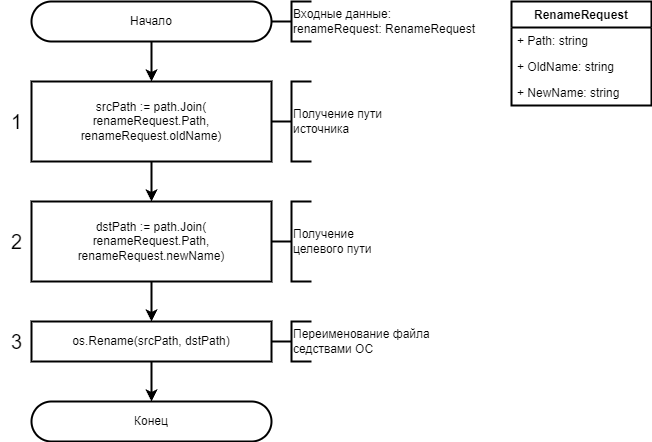
This is images/algorithm/storage/algorithm-storage-rename-handler.drawio.png from necroin/vss-docs, a draw.io export, as it was before one commit. Source tidied: cells renumbered, new cells last; positions are measured from the earlier drawing's top-left corner, leaving out a move shared by most shapes.
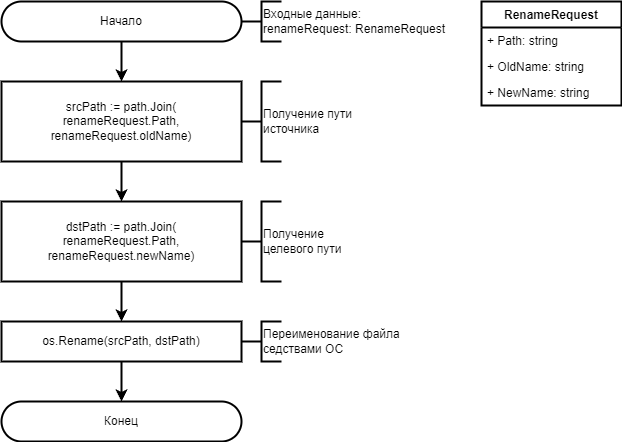
Later version of the same file.

Change to the diagram source:
```diff
@@ -47,15 +47,6 @@
     <mxCell id="16" style="endArrow=classic;html=1;rounded=0;strokeWidth=2;exitX=0.5;exitY=1;exitDx=0;exitDy=0;entryX=0.5;entryY=0;entryDx=0;entryDy=0;" parent="1" edge="1" source="9" target="12">
       <mxGeometry relative="1" as="geometry" />
     </mxCell>
-    <mxCell id="17" value="1" style="text;html=1;align=center;verticalAlign=middle;strokeColor=none;fillColor=none;fontSize=20;strokeWidth=2;" parent="1" vertex="1">
-      <mxGeometry y="100" width="30" height="40" as="geometry" />
-    </mxCell>
-    <mxCell id="18" value="2" style="text;html=1;align=center;verticalAlign=middle;strokeColor=none;fillColor=none;fontSize=20;strokeWidth=2;" parent="1" vertex="1">
-      <mxGeometry y="220" width="30" height="40" as="geometry" />
-    </mxCell>
-    <mxCell id="19" value="3" style="text;html=1;align=center;verticalAlign=middle;strokeColor=none;fillColor=none;fontSize=20;strokeWidth=2;" parent="1" vertex="1">
-      <mxGeometry y="320" width="30" height="40" as="geometry" />
-    </mxCell>
     <mxCell id="20" style="strokeWidth=2;html=1;shape=mxgraph.flowchart.annotation_2;align=left;labelPosition=right;" parent="1" vertex="1">
       <mxGeometry x="270" y="80" width="40" height="80" as="geometry" />
     </mxCell>
```
